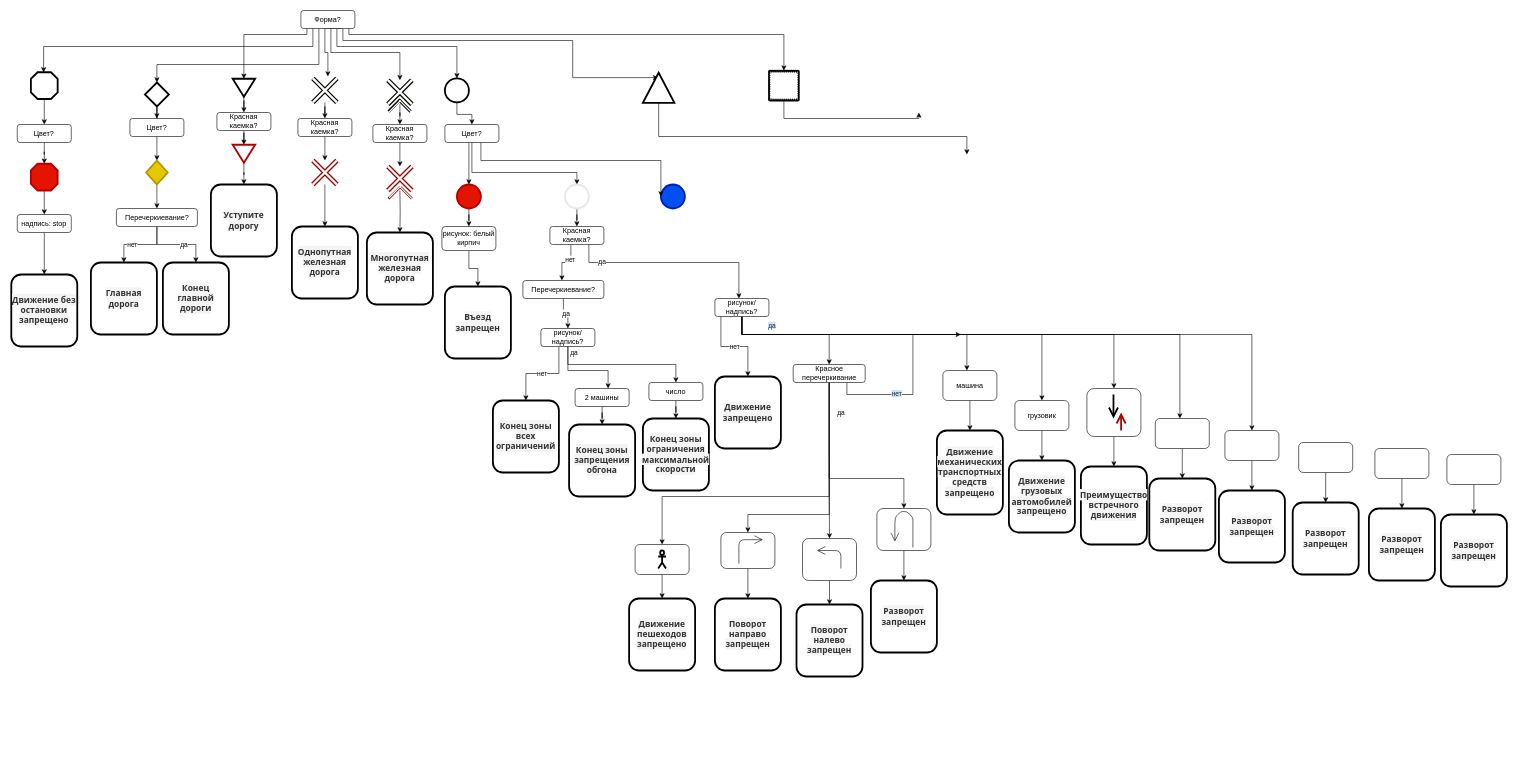
Above: Untitled Diagram.drawio in Christinalis25/aframe (draw.io), before the change. Source tidied: cells renumbered, new cells numbered last; positions are measured from the earlier drawing's top-left corner, leaving out a move shared by most shapes. Both pictures are drawn from the tidied source at 60%, with x=0, y=0 at pixel (11, 10).
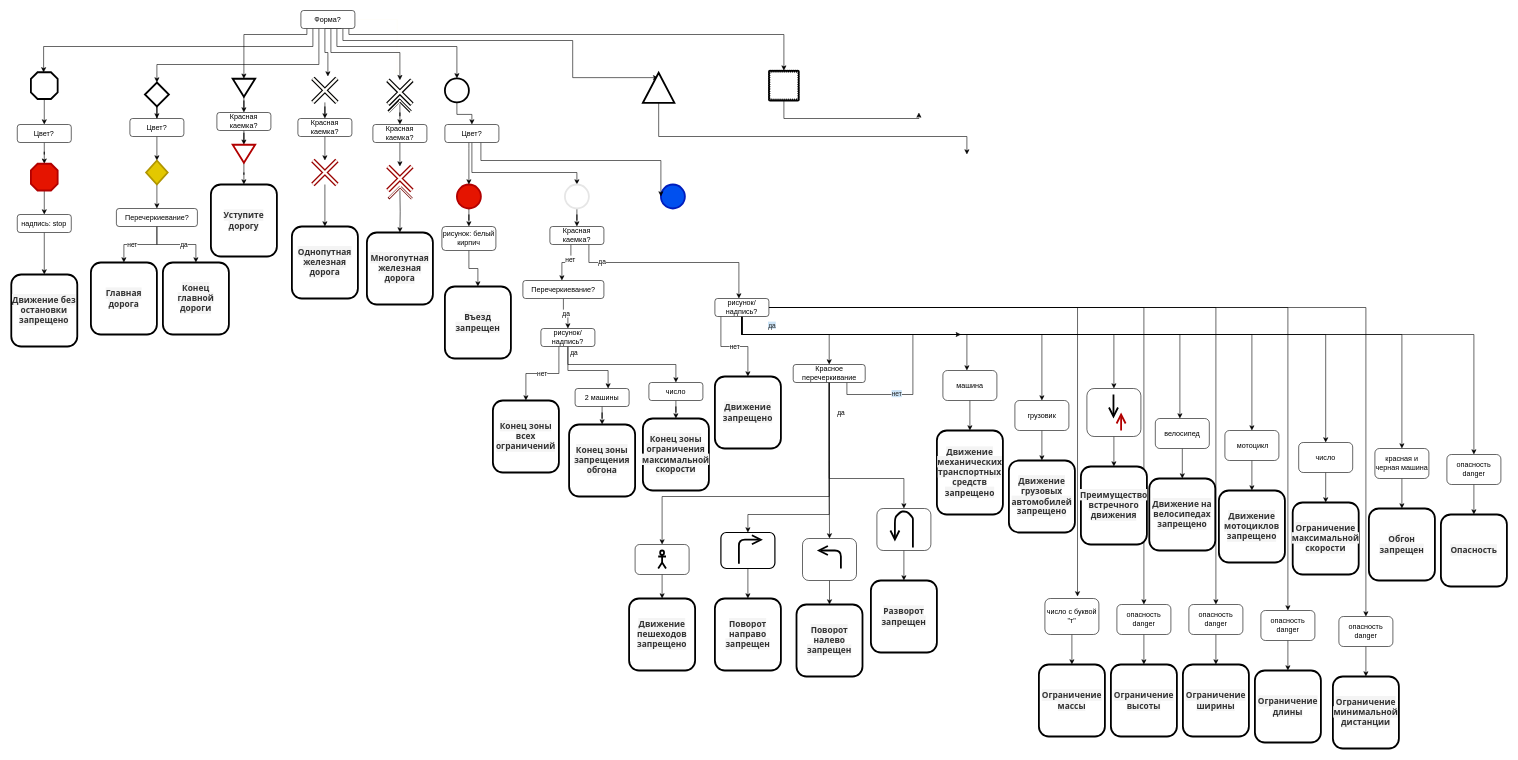
After the change.

Unchanged cells that the change refers to:
```xml
<mxCell id="111" value="рисунок/надпись?" style="rounded=1;whiteSpace=wrap;html=1;" parent="1" vertex="1">
  <mxGeometry x="1173" y="480" width="90" height="30" as="geometry" />
</mxCell>
```

The edit, as a diff of the source:
```diff
@@
+    <mxCell id="164" style="edgeStyle=orthogonalEdgeStyle;rounded=0;jumpStyle=none;jumpSize=7;jettySize=auto;html=1;strokeWidth=1;fontSize=11;" parent="1" edge="1" source="111" target="154">
+      <mxGeometry relative="1" as="geometry">
+        <Array as="points">
+          <mxPoint x="1218" y="540" />
+          <mxPoint x="2191" y="540" />
+        </Array>
+      </mxGeometry>
+    </mxCell>
+    <mxCell id="165" style="edgeStyle=orthogonalEdgeStyle;rounded=0;jumpStyle=none;jumpSize=7;jettySize=auto;html=1;entryX=0.5;entryY=0;entryDx=0;entryDy=0;strokeColor=#000000;strokeWidth=1;fontSize=11;" parent="1" edge="1" source="111" target="157">
+      <mxGeometry relative="1" as="geometry">
+        <Array as="points">
+          <mxPoint x="1218" y="540" />
+          <mxPoint x="2318" y="540" />
+        </Array>
+      </mxGeometry>
+    </mxCell>
+    <mxCell id="166" style="edgeStyle=orthogonalEdgeStyle;rounded=0;jumpStyle=none;jumpSize=7;jettySize=auto;html=1;strokeColor=#000000;strokeWidth=1;fontSize=11;" parent="1" edge="1" source="111" target="160">
+      <mxGeometry relative="1" as="geometry">
+        <Array as="points">
+          <mxPoint x="1218" y="540" />
+          <mxPoint x="2438" y="540" />
+        </Array>
+      </mxGeometry>
+    </mxCell>
+    <mxCell id="167" style="edgeStyle=orthogonalEdgeStyle;rounded=0;jumpStyle=none;jumpSize=7;jettySize=auto;html=1;entryX=0.604;entryY=-0.056;entryDx=0;entryDy=0;entryPerimeter=0;strokeColor=#000000;strokeWidth=1;fontSize=11;" parent="1" edge="1" source="111" target="173">
+      <mxGeometry relative="1" as="geometry" />
+    </mxCell>
+    <mxCell id="168" style="edgeStyle=orthogonalEdgeStyle;rounded=0;jumpStyle=none;jumpSize=7;jettySize=auto;html=1;strokeColor=#000000;strokeWidth=1;fontSize=11;" parent="1" edge="1" source="111" target="176">
+      <mxGeometry relative="1" as="geometry" />
+    </mxCell>
+    <mxCell id="169" style="edgeStyle=orthogonalEdgeStyle;rounded=0;jumpStyle=none;jumpSize=7;jettySize=auto;html=1;strokeColor=#000000;strokeWidth=1;fontSize=11;" parent="1" edge="1" source="111" target="179">
+      <mxGeometry relative="1" as="geometry" />
+    </mxCell>
+    <mxCell id="170" style="edgeStyle=orthogonalEdgeStyle;rounded=0;jumpStyle=none;jumpSize=7;jettySize=auto;html=1;strokeColor=#000000;strokeWidth=1;fontSize=11;" parent="1" edge="1" source="111" target="182">
+      <mxGeometry relative="1" as="geometry" />
+    </mxCell>
+    <mxCell id="171" style="edgeStyle=orthogonalEdgeStyle;rounded=0;jumpStyle=none;jumpSize=7;jettySize=auto;html=1;strokeColor=#000000;strokeWidth=1;fontSize=11;" parent="1" edge="1" source="111" target="185">
+      <mxGeometry relative="1" as="geometry" />
+    </mxCell>
@@
-    <mxCell id="113" style="rounded=1;whiteSpace=wrap;html=1;" parent="1" vertex="1">
+    <mxCell id="113" style="rounded=1;whiteSpace=wrap;html=1;strokeWidth=2;" parent="1" vertex="1">
       <mxGeometry x="1183" y="870" width="90" height="60" as="geometry" />
     </mxCell>
@@
-    <mxCell id="135" style="endArrow=open;endFill=1;endSize=12;html=1;strokeColor=#000000;strokeWidth=1;fontSize=11;" parent="1" edge="1">
+    <mxCell id="135" style="endArrow=open;endFill=1;endSize=12;html=1;strokeColor=#000000;strokeWidth=3;fontSize=11;" parent="1" edge="1">
       <mxGeometry relative="1" as="geometry">
         <mxPoint x="1213" y="922" as="sourcePoint" />
         <mxPoint x="1253" y="882" as="targetPoint" />
         <Array as="points">
           <mxPoint x="1213" y="882" />
         </Array>
       </mxGeometry>
     </mxCell>
-    <mxCell id="136" style="endArrow=open;endFill=1;endSize=12;html=1;strokeColor=#000000;strokeWidth=1;fontSize=11;" parent="1" edge="1">
+    <mxCell id="136" style="endArrow=open;endFill=1;endSize=12;html=1;strokeColor=#000000;strokeWidth=3;fontSize=11;" parent="1" edge="1">
       <mxGeometry relative="1" as="geometry">
         <mxPoint x="1383" y="930" as="sourcePoint" />
         <mxPoint x="1343" y="900" as="targetPoint" />
         <Array as="points">
           <mxPoint x="1383" y="900" />
         </Array>
       </mxGeometry>
     </mxCell>
-    <mxCell id="137" style="endArrow=open;endFill=1;endSize=12;html=1;strokeColor=#000000;strokeWidth=1;fontSize=11;" parent="1" edge="1">
+    <mxCell id="137" style="endArrow=open;endFill=1;endSize=12;html=1;strokeColor=#000000;strokeWidth=3;fontSize=11;" parent="1" edge="1">
       <mxGeometry relative="1" as="geometry">
         <mxPoint x="1503" y="895" as="sourcePoint" />
         <mxPoint x="1473" y="885" as="targetPoint" />
         <Array as="points">
           <mxPoint x="1503" y="855" />
           <mxPoint x="1503" y="845" />
           <mxPoint x="1493" y="835" />
           <mxPoint x="1483" y="835" />
           <mxPoint x="1473" y="845" />
         </Array>
       </mxGeometry>
     </mxCell>
@@
-    <mxCell id="148" style="rounded=1;whiteSpace=wrap;html=1;" parent="1" vertex="1">
+    <mxCell id="148" value="велосипед" style="rounded=1;whiteSpace=wrap;html=1;" parent="1" vertex="1">
       <mxGeometry x="1907" y="680" width="90" height="50" as="geometry" />
     </mxCell>
-    <mxCell id="149" value="&lt;span style=&quot;box-sizing: inherit ; border: 0px ; font-family: &amp;#34;open sans&amp;#34; , &amp;#34;arial&amp;#34; , sans-serif ; font-size: 14px ; font-weight: 700 ; margin: 0px ; outline: 0px ; padding: 0px ; vertical-align: baseline ; color: rgb(51 , 51 , 51) ; background-color: rgb(244 , 244 , 244)&quot;&gt;Разворот запрещен&lt;/span&gt;" style="rounded=1;whiteSpace=wrap;html=1;strokeWidth=3;direction=south;" parent="1" vertex="1">
+    <mxCell id="149" value="&lt;span style=&quot;box-sizing: inherit ; border: 0px ; font-family: &amp;#34;open sans&amp;#34; , &amp;#34;arial&amp;#34; , sans-serif ; font-size: 14px ; font-weight: 700 ; margin: 0px ; outline: 0px ; padding: 0px ; vertical-align: baseline ; color: rgb(51 , 51 , 51) ; background-color: rgb(244 , 244 , 244)&quot;&gt;Движение на велосипедах запрещено&lt;/span&gt;" style="rounded=1;whiteSpace=wrap;html=1;strokeWidth=3;direction=south;" parent="1" vertex="1">
       <mxGeometry x="1897" y="780" width="110" height="120" as="geometry" />
     </mxCell>
@@
-    <mxCell id="151" style="rounded=1;whiteSpace=wrap;html=1;" parent="1" vertex="1">
+    <mxCell id="151" value="&amp;nbsp;мотоцикл" style="rounded=1;whiteSpace=wrap;html=1;" parent="1" vertex="1">
       <mxGeometry x="2023" y="700" width="90" height="50" as="geometry" />
     </mxCell>
-    <mxCell id="152" value="&lt;span style=&quot;box-sizing: inherit ; border: 0px ; font-family: &amp;#34;open sans&amp;#34; , &amp;#34;arial&amp;#34; , sans-serif ; font-size: 14px ; font-weight: 700 ; margin: 0px ; outline: 0px ; padding: 0px ; vertical-align: baseline ; color: rgb(51 , 51 , 51) ; background-color: rgb(244 , 244 , 244)&quot;&gt;Разворот запрещен&lt;/span&gt;" style="rounded=1;whiteSpace=wrap;html=1;strokeWidth=3;direction=south;" parent="1" vertex="1">
+    <mxCell id="152" value="&lt;span style=&quot;box-sizing: inherit ; border: 0px ; font-family: &amp;#34;open sans&amp;#34; , &amp;#34;arial&amp;#34; , sans-serif ; font-size: 14px ; font-weight: 700 ; margin: 0px ; outline: 0px ; padding: 0px ; vertical-align: baseline ; color: rgb(51 , 51 , 51) ; background-color: rgb(244 , 244 , 244)&quot;&gt;Движение мотоциклов запрещено&lt;/span&gt;" style="rounded=1;whiteSpace=wrap;html=1;strokeWidth=3;direction=south;" parent="1" vertex="1">
       <mxGeometry x="2013" y="800" width="110" height="120" as="geometry" />
     </mxCell>
@@
-    <mxCell id="154" style="rounded=1;whiteSpace=wrap;html=1;" parent="1" vertex="1">
+    <mxCell id="154" value="&lt;span&gt;число&lt;/span&gt;" style="rounded=1;whiteSpace=wrap;html=1;" parent="1" vertex="1">
       <mxGeometry x="2146" y="720" width="90" height="50" as="geometry" />
     </mxCell>
-    <mxCell id="155" value="&lt;span style=&quot;box-sizing: inherit ; border: 0px ; font-family: &amp;#34;open sans&amp;#34; , &amp;#34;arial&amp;#34; , sans-serif ; font-size: 14px ; font-weight: 700 ; margin: 0px ; outline: 0px ; padding: 0px ; vertical-align: baseline ; color: rgb(51 , 51 , 51) ; background-color: rgb(244 , 244 , 244)&quot;&gt;Разворот запрещен&lt;/span&gt;" style="rounded=1;whiteSpace=wrap;html=1;strokeWidth=3;direction=south;" parent="1" vertex="1">
+    <mxCell id="155" value="&lt;span style=&quot;box-sizing: inherit ; border: 0px ; font-family: &amp;#34;open sans&amp;#34; , &amp;#34;arial&amp;#34; , sans-serif ; font-size: 14px ; font-weight: 700 ; margin: 0px ; outline: 0px ; padding: 0px ; vertical-align: baseline ; color: rgb(51 , 51 , 51) ; background-color: rgb(244 , 244 , 244)&quot;&gt;Ограничение максимальной скорости&lt;/span&gt;" style="rounded=1;whiteSpace=wrap;html=1;strokeWidth=3;direction=south;" parent="1" vertex="1">
       <mxGeometry x="2136" y="820" width="110" height="120" as="geometry" />
     </mxCell>
@@
-    <mxCell id="157" style="rounded=1;whiteSpace=wrap;html=1;" parent="1" vertex="1">
+    <mxCell id="157" value="красная и черная машина" style="rounded=1;whiteSpace=wrap;html=1;" parent="1" vertex="1">
       <mxGeometry x="2273" y="730" width="90" height="50" as="geometry" />
     </mxCell>
-    <mxCell id="158" value="&lt;span style=&quot;box-sizing: inherit ; border: 0px ; font-family: &amp;#34;open sans&amp;#34; , &amp;#34;arial&amp;#34; , sans-serif ; font-size: 14px ; font-weight: 700 ; margin: 0px ; outline: 0px ; padding: 0px ; vertical-align: baseline ; color: rgb(51 , 51 , 51) ; background-color: rgb(244 , 244 , 244)&quot;&gt;Разворот запрещен&lt;/span&gt;" style="rounded=1;whiteSpace=wrap;html=1;strokeWidth=3;direction=south;" parent="1" vertex="1">
+    <mxCell id="158" value="&lt;span style=&quot;box-sizing: inherit ; border: 0px ; font-family: &amp;#34;open sans&amp;#34; , &amp;#34;arial&amp;#34; , sans-serif ; font-size: 14px ; font-weight: 700 ; margin: 0px ; outline: 0px ; padding: 0px ; vertical-align: baseline ; color: rgb(51 , 51 , 51) ; background-color: rgb(244 , 244 , 244)&quot;&gt;Обгон запрещен&lt;/span&gt;" style="rounded=1;whiteSpace=wrap;html=1;strokeWidth=3;direction=south;" parent="1" vertex="1">
       <mxGeometry x="2263" y="830" width="110" height="120" as="geometry" />
     </mxCell>
@@
-    <mxCell id="160" style="rounded=1;whiteSpace=wrap;html=1;" parent="1" vertex="1">
+    <mxCell id="160" value="опасность danger" style="rounded=1;whiteSpace=wrap;html=1;" parent="1" vertex="1">
       <mxGeometry x="2393" y="740" width="90" height="50" as="geometry" />
     </mxCell>
-    <mxCell id="161" value="&lt;span style=&quot;box-sizing: inherit ; border: 0px ; font-family: &amp;#34;open sans&amp;#34; , &amp;#34;arial&amp;#34; , sans-serif ; font-size: 14px ; font-weight: 700 ; margin: 0px ; outline: 0px ; padding: 0px ; vertical-align: baseline ; color: rgb(51 , 51 , 51) ; background-color: rgb(244 , 244 , 244)&quot;&gt;Разворот запрещен&lt;/span&gt;" style="rounded=1;whiteSpace=wrap;html=1;strokeWidth=3;direction=south;" parent="1" vertex="1">
+    <mxCell id="161" value="&lt;span style=&quot;box-sizing: inherit ; border: 0px ; font-family: &amp;#34;open sans&amp;#34; , &amp;#34;arial&amp;#34; , sans-serif ; font-size: 14px ; font-weight: 700 ; margin: 0px ; outline: 0px ; padding: 0px ; vertical-align: baseline ; color: rgb(51 , 51 , 51) ; background-color: rgb(244 , 244 , 244)&quot;&gt;Опасность&lt;/span&gt;" style="rounded=1;whiteSpace=wrap;html=1;strokeWidth=3;direction=south;" parent="1" vertex="1">
       <mxGeometry x="2383" y="840" width="110" height="120" as="geometry" />
     </mxCell>
@@
+    <mxCell id="172" style="edgeStyle=orthogonalEdgeStyle;rounded=0;jumpStyle=none;jumpSize=7;jettySize=auto;html=1;strokeColor=#000000;strokeWidth=1;fontSize=11;" parent="1" edge="1" source="173" target="174">
+      <mxGeometry relative="1" as="geometry" />
+    </mxCell>
+    <mxCell id="173" value="число с буквой &quot;т&quot;" style="rounded=1;whiteSpace=wrap;html=1;" parent="1" vertex="1">
+      <mxGeometry x="1723" y="980" width="90" height="60" as="geometry" />
+    </mxCell>
+    <mxCell id="174" value="&lt;span style=&quot;box-sizing: inherit ; border: 0px ; font-family: &amp;#34;open sans&amp;#34; , &amp;#34;arial&amp;#34; , sans-serif ; font-size: 14px ; font-weight: 700 ; margin: 0px ; outline: 0px ; padding: 0px ; vertical-align: baseline ; color: rgb(51 , 51 , 51) ; background-color: rgb(244 , 244 , 244)&quot;&gt;Ограничение массы&lt;/span&gt;" style="rounded=1;whiteSpace=wrap;html=1;strokeWidth=3;direction=south;" parent="1" vertex="1">
+      <mxGeometry x="1713" y="1090" width="110" height="120" as="geometry" />
+    </mxCell>
+    <mxCell id="175" style="edgeStyle=orthogonalEdgeStyle;rounded=0;jumpStyle=none;jumpSize=7;jettySize=auto;html=1;strokeColor=#000000;strokeWidth=1;fontSize=11;" parent="1" edge="1" source="176" target="177">
+      <mxGeometry relative="1" as="geometry" />
+    </mxCell>
+    <mxCell id="176" value="опасность danger" style="rounded=1;whiteSpace=wrap;html=1;" parent="1" vertex="1">
+      <mxGeometry x="1843" y="990" width="90" height="50" as="geometry" />
+    </mxCell>
+    <mxCell id="177" value="&lt;span style=&quot;box-sizing: inherit ; border: 0px ; font-family: &amp;#34;open sans&amp;#34; , &amp;#34;arial&amp;#34; , sans-serif ; font-size: 14px ; font-weight: 700 ; margin: 0px ; outline: 0px ; padding: 0px ; vertical-align: baseline ; color: rgb(51 , 51 , 51) ; background-color: rgb(244 , 244 , 244)&quot;&gt;Ограничение высоты&lt;/span&gt;" style="rounded=1;whiteSpace=wrap;html=1;strokeWidth=3;direction=south;" parent="1" vertex="1">
+      <mxGeometry x="1833" y="1090" width="110" height="120" as="geometry" />
+    </mxCell>
+    <mxCell id="178" style="edgeStyle=orthogonalEdgeStyle;rounded=0;jumpStyle=none;jumpSize=7;jettySize=auto;html=1;strokeColor=#000000;strokeWidth=1;fontSize=11;" parent="1" edge="1" source="179" target="180">
+      <mxGeometry relative="1" as="geometry" />
+    </mxCell>
+    <mxCell id="179" value="опасность danger" style="rounded=1;whiteSpace=wrap;html=1;" parent="1" vertex="1">
+      <mxGeometry x="1963" y="990" width="90" height="50" as="geometry" />
+    </mxCell>
+    <mxCell id="180" value="&lt;span style=&quot;box-sizing: inherit ; border: 0px ; font-family: &amp;#34;open sans&amp;#34; , &amp;#34;arial&amp;#34; , sans-serif ; font-size: 14px ; font-weight: 700 ; margin: 0px ; outline: 0px ; padding: 0px ; vertical-align: baseline ; color: rgb(51 , 51 , 51) ; background-color: rgb(244 , 244 , 244)&quot;&gt;Ограничение ширины&lt;/span&gt;" style="rounded=1;whiteSpace=wrap;html=1;strokeWidth=3;direction=south;" parent="1" vertex="1">
+      <mxGeometry x="1953" y="1090" width="110" height="120" as="geometry" />
+    </mxCell>
+    <mxCell id="181" style="edgeStyle=orthogonalEdgeStyle;rounded=0;jumpStyle=none;jumpSize=7;jettySize=auto;html=1;strokeColor=#000000;strokeWidth=1;fontSize=11;" parent="1" edge="1" source="182" target="183">
+      <mxGeometry relative="1" as="geometry" />
+    </mxCell>
+    <mxCell id="182" value="опасность danger" style="rounded=1;whiteSpace=wrap;html=1;" parent="1" vertex="1">
+      <mxGeometry x="2083" y="1000" width="90" height="50" as="geometry" />
+    </mxCell>
+    <mxCell id="183" value="&lt;span style=&quot;box-sizing: inherit ; border: 0px ; font-family: &amp;#34;open sans&amp;#34; , &amp;#34;arial&amp;#34; , sans-serif ; font-size: 14px ; font-weight: 700 ; margin: 0px ; outline: 0px ; padding: 0px ; vertical-align: baseline ; color: rgb(51 , 51 , 51) ; background-color: rgb(244 , 244 , 244)&quot;&gt;Ограничение длины&lt;/span&gt;" style="rounded=1;whiteSpace=wrap;html=1;strokeWidth=3;direction=south;" parent="1" vertex="1">
+      <mxGeometry x="2073" y="1100" width="110" height="120" as="geometry" />
+    </mxCell>
+    <mxCell id="184" style="edgeStyle=orthogonalEdgeStyle;rounded=0;jumpStyle=none;jumpSize=7;jettySize=auto;html=1;strokeColor=#000000;strokeWidth=1;fontSize=11;" parent="1" edge="1" source="185" target="186">
+      <mxGeometry relative="1" as="geometry" />
+    </mxCell>
+    <mxCell id="185" value="опасность danger" style="rounded=1;whiteSpace=wrap;html=1;" parent="1" vertex="1">
+      <mxGeometry x="2213" y="1010" width="90" height="50" as="geometry" />
+    </mxCell>
+    <mxCell id="186" value="&lt;span style=&quot;box-sizing: inherit ; border: 0px ; font-family: &amp;#34;open sans&amp;#34; , &amp;#34;arial&amp;#34; , sans-serif ; font-size: 14px ; font-weight: 700 ; margin: 0px ; outline: 0px ; padding: 0px ; vertical-align: baseline ; color: rgb(51 , 51 , 51) ; background-color: rgb(244 , 244 , 244)&quot;&gt;Ограничение минимальной дистанции&lt;/span&gt;" style="rounded=1;whiteSpace=wrap;html=1;strokeWidth=3;direction=south;" parent="1" vertex="1">
+      <mxGeometry x="2203" y="1110" width="110" height="120" as="geometry" />
+    </mxCell>
```
